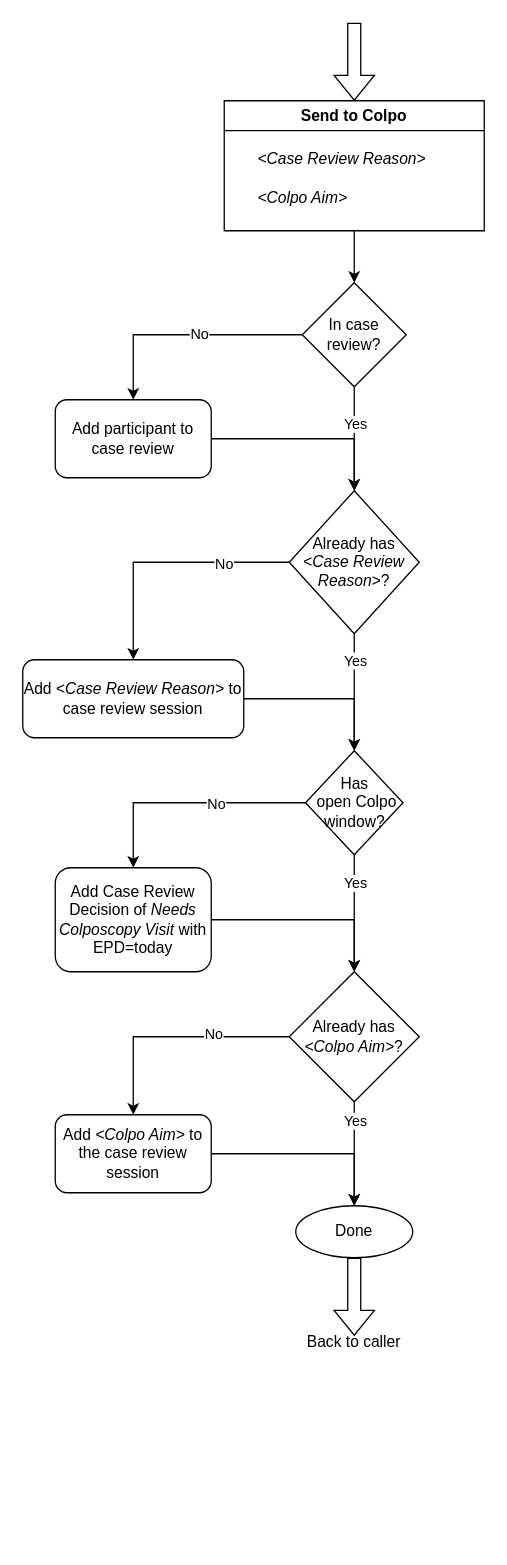
Earlier version of the draw.io diagram Send to colpo.drawio (stealthv/aurora-algorithms). Source tidied: cells renumbered, new cells numbered last; positions are measured from the earlier drawing's top-left corner, leaving out a move shared by most shapes. Both pictures are drawn from the tidied source at 130%, with x=0, y=0 at pixel (22, 22).
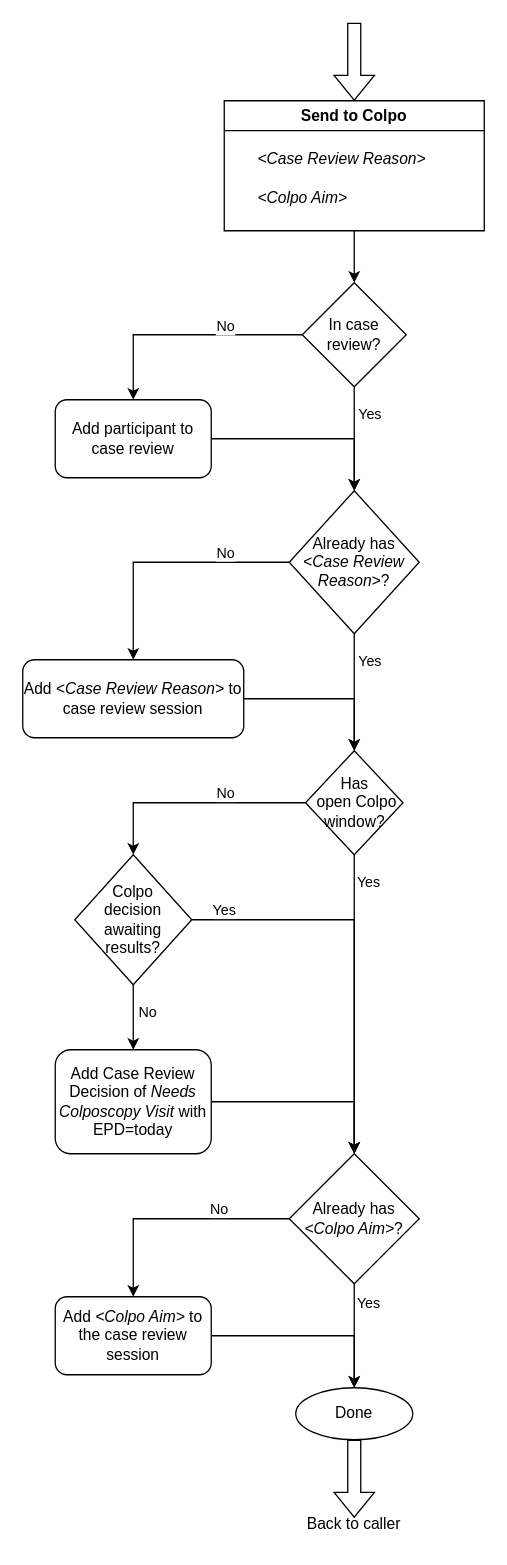
The same page after the edit.

The change refers to these unchanged cells:
```xml
<mxCell id="6" style="edgeStyle=orthogonalEdgeStyle;rounded=0;jettySize=auto;html=1;entryX=0.5;entryY=0;entryDx=0;entryDy=0;" parent="1" edge="1" source="10" target="12">
  <mxGeometry relative="1" as="geometry" />
</mxCell>
<mxCell id="8" style="edgeStyle=orthogonalEdgeStyle;rounded=0;jettySize=auto;html=1;entryX=0.5;entryY=0;entryDx=0;entryDy=0;" parent="1" edge="1" source="10" target="24">
  <mxGeometry relative="1" as="geometry" />
</mxCell>
<mxCell id="15" style="edgeStyle=orthogonalEdgeStyle;rounded=0;jettySize=auto;html=1;entryX=0.5;entryY=0;entryDx=0;entryDy=0;" parent="1" edge="1" source="17" target="31">
  <mxGeometry relative="1" as="geometry" />
</mxCell>
<mxCell id="17" value="Has&lt;div&gt;&amp;nbsp;open Colpo window?&lt;/div&gt;" style="rhombus;whiteSpace=wrap;html=1;" parent="1" vertex="1">
  <mxGeometry x="217.5" y="560" width="75" height="80" as="geometry" />
</mxCell>
<mxCell id="22" style="edgeStyle=orthogonalEdgeStyle;rounded=0;jettySize=auto;html=1;entryX=0.5;entryY=0;entryDx=0;entryDy=0;" parent="1" edge="1" source="24" target="17">
  <mxGeometry relative="1" as="geometry" />
</mxCell>
<mxCell id="25" style="edgeStyle=orthogonalEdgeStyle;rounded=0;jettySize=auto;html=1;" parent="1" edge="1" source="24" target="19">
  <mxGeometry relative="1" as="geometry" />
</mxCell>
<mxCell id="27" style="edgeStyle=orthogonalEdgeStyle;rounded=0;jettySize=auto;html=1;exitX=0;exitY=0.5;exitDx=0;exitDy=0;entryX=0.5;entryY=0;entryDx=0;entryDy=0;" parent="1" edge="1" source="31" target="33">
  <mxGeometry relative="1" as="geometry" />
</mxCell>
<mxCell id="29" style="edgeStyle=orthogonalEdgeStyle;rounded=0;jettySize=auto;html=1;" parent="1" edge="1" source="31" target="34">
  <mxGeometry relative="1" as="geometry" />
</mxCell>
```

What changed in the source:
```diff
@@
     <mxCell id="7" value="No" style="edgeLabel;html=1;align=center;verticalAlign=middle;" parent="6" vertex="1">
-      <mxGeometry x="-0.11" y="-1" relative="1" as="geometry" />
+      <mxGeometry x="-0.11" y="-1" relative="1" as="geometry">
+        <mxPoint x="20" y="-6" as="offset" />
+      </mxGeometry>
     </mxCell>
@@
     <mxCell id="9" value="Yes" style="edgeLabel;html=1;align=center;verticalAlign=middle;" parent="8" vertex="1">
       <mxGeometry x="-0.19" y="2" relative="1" as="geometry">
-        <mxPoint x="-2" y="-4" as="offset" />
+        <mxPoint x="9" y="-12" as="offset" />
       </mxGeometry>
     </mxCell>
@@
-    <mxCell id="13" style="edgeStyle=orthogonalEdgeStyle;rounded=0;jettySize=auto;html=1;entryX=0.5;entryY=0;entryDx=0;entryDy=0;" parent="1" edge="1" source="17" target="21">
+    <mxCell id="13" style="edgeStyle=orthogonalEdgeStyle;rounded=0;jettySize=auto;html=1;entryX=0.5;entryY=0;entryDx=0;entryDy=0;" parent="1" edge="1" source="17" target="42">
       <mxGeometry relative="1" as="geometry" />
     </mxCell>
     <mxCell id="14" value="No" style="edgeLabel;html=1;align=center;verticalAlign=middle;" parent="13" vertex="1">
-      <mxGeometry x="-0.24" relative="1" as="geometry" />
+      <mxGeometry x="-0.24" relative="1" as="geometry">
+        <mxPoint x="4" y="-8" as="offset" />
+      </mxGeometry>
     </mxCell>
@@
     <mxCell id="16" value="Yes" style="edgeLabel;html=1;align=center;verticalAlign=middle;" parent="15" vertex="1">
       <mxGeometry x="-0.53" y="-4" relative="1" as="geometry">
-        <mxPoint x="4" as="offset" />
+        <mxPoint x="14" y="-34" as="offset" />
       </mxGeometry>
     </mxCell>
@@
     <mxCell id="21" value="Add Case Review Decision of &lt;i&gt;Needs Colposcopy Visit &lt;/i&gt;with EPD=today" style="rounded=1;whiteSpace=wrap;html=1;" parent="1" vertex="1">
-      <mxGeometry x="25" y="650" width="120" height="80" as="geometry" />
+      <mxGeometry x="25" y="790" width="120" height="80" as="geometry" />
     </mxCell>
@@
     <mxCell id="23" value="Yes" style="edgeLabel;html=1;align=center;verticalAlign=middle;" parent="22" vertex="1">
       <mxGeometry x="-0.44" y="-5" relative="1" as="geometry">
-        <mxPoint x="5" y="-5" as="offset" />
+        <mxPoint x="16" y="-5" as="offset" />
       </mxGeometry>
     </mxCell>
@@
     <mxCell id="26" value="No" style="edgeLabel;html=1;align=center;verticalAlign=middle;" parent="25" vertex="1">
-      <mxGeometry x="-0.48" y="1" relative="1" as="geometry" />
+      <mxGeometry x="-0.48" y="1" relative="1" as="geometry">
+        <mxPoint x="1" y="-9" as="offset" />
+      </mxGeometry>
     </mxCell>
@@
     <mxCell id="28" value="No" style="edgeLabel;html=1;align=center;verticalAlign=middle;" parent="27" vertex="1">
-      <mxGeometry x="-0.35" y="-3" relative="1" as="geometry" />
+      <mxGeometry x="-0.35" y="-3" relative="1" as="geometry">
+        <mxPoint x="4" y="-5" as="offset" />
+      </mxGeometry>
     </mxCell>
@@
     <mxCell id="30" value="Yes" style="edgeLabel;html=1;align=center;verticalAlign=middle;" parent="29" vertex="1">
       <mxGeometry x="-0.56" y="-4" relative="1" as="geometry">
-        <mxPoint x="4" y="-4" as="offset" />
+        <mxPoint x="14" y="-4" as="offset" />
       </mxGeometry>
     </mxCell>
     <mxCell id="31" value="Already has &lt;i&gt;&amp;lt;Colpo Aim&amp;gt;&lt;/i&gt;?" style="rhombus;whiteSpace=wrap;html=1;" parent="1" vertex="1">
-      <mxGeometry x="205" y="730" width="100" height="100" as="geometry" />
+      <mxGeometry x="205" y="870" width="100" height="100" as="geometry" />
     </mxCell>
@@
     <mxCell id="33" value="Add &lt;i&gt;&amp;lt;Colpo Aim&amp;gt;&lt;/i&gt; to the case review session" style="rounded=1;whiteSpace=wrap;html=1;" parent="1" vertex="1">
-      <mxGeometry x="25" y="840" width="120" height="60" as="geometry" />
+      <mxGeometry x="25" y="980" width="120" height="60" as="geometry" />
     </mxCell>
     <mxCell id="34" value="Done" style="ellipse;whiteSpace=wrap;html=1;" parent="1" vertex="1">
-      <mxGeometry x="210" y="910" width="90" height="40" as="geometry" />
+      <mxGeometry x="210" y="1050" width="90" height="40" as="geometry" />
     </mxCell>
     <mxCell id="35" style="shape=flexArrow;endArrow=classic;html=1;rounded=0;exitX=0.5;exitY=1;exitDx=0;exitDy=0;" parent="1" edge="1" source="34">
       <mxGeometry relative="1" as="geometry">
-        <mxPoint x="255" y="1010" as="targetPoint" />
+        <mxPoint x="255" y="1150" as="targetPoint" />
       </mxGeometry>
     </mxCell>
     <mxCell id="36" value="Back to caller" style="text;html=1;whiteSpace=wrap;strokeColor=none;fillColor=none;align=center;verticalAlign=middle;rounded=0;" parent="1" vertex="1">
-      <mxGeometry x="215" y="1000" width="80" height="30" as="geometry" />
+      <mxGeometry x="215" y="1140" width="80" height="30" as="geometry" />
     </mxCell>
@@
+    <mxCell id="38" style="edgeStyle=orthogonalEdgeStyle;rounded=0;jettySize=auto;html=1;exitX=1;exitY=0.5;exitDx=0;exitDy=0;entryX=0.5;entryY=0;entryDx=0;entryDy=0;" parent="1" edge="1" source="42" target="31">
+      <mxGeometry relative="1" as="geometry" />
+    </mxCell>
+    <mxCell id="39" value="Yes" style="edgeLabel;html=1;align=center;verticalAlign=middle;" parent="38" vertex="1">
+      <mxGeometry x="-0.84" y="-1" relative="1" as="geometry">
+        <mxPoint y="-9" as="offset" />
+      </mxGeometry>
+    </mxCell>
+    <mxCell id="40" style="edgeStyle=orthogonalEdgeStyle;rounded=0;jettySize=auto;html=1;exitX=0.5;exitY=1;exitDx=0;exitDy=0;entryX=0.5;entryY=0;entryDx=0;entryDy=0;" parent="1" edge="1" source="42" target="21">
+      <mxGeometry relative="1" as="geometry" />
+    </mxCell>
+    <mxCell id="41" value="No" style="edgeLabel;html=1;align=center;verticalAlign=middle;" parent="40" vertex="1">
+      <mxGeometry x="-0.19" y="-3" relative="1" as="geometry">
+        <mxPoint x="13" as="offset" />
+      </mxGeometry>
+    </mxCell>
+    <mxCell id="42" value="Colpo decision awaiting results?" style="rhombus;whiteSpace=wrap;html=1;spacing=10;" parent="1" vertex="1">
+      <mxGeometry x="40" y="640" width="90" height="100" as="geometry" />
+    </mxCell>
```
